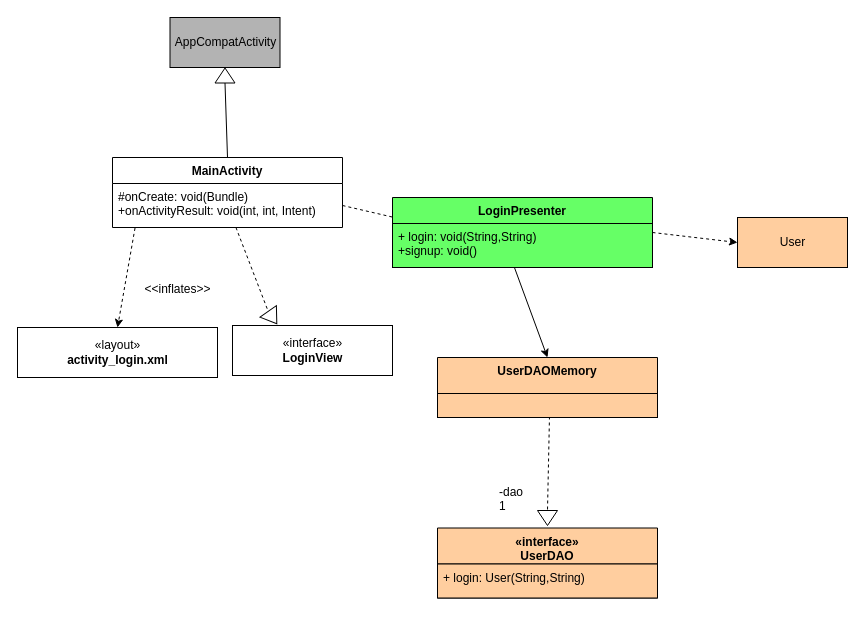
This is R4_Diagrams/Class Diagrams/LoginCD.drawio from ntinouldinho/Parking-App, a draw.io file, before an edit. Source tidied: cells renumbered, new cells numbered last; positions are measured from the earlier drawing's top-left corner, leaving out a move shared by most shapes. Both pictures are drawn from the tidied source at 100%, with x=0, y=0 at pixel (17, 17).
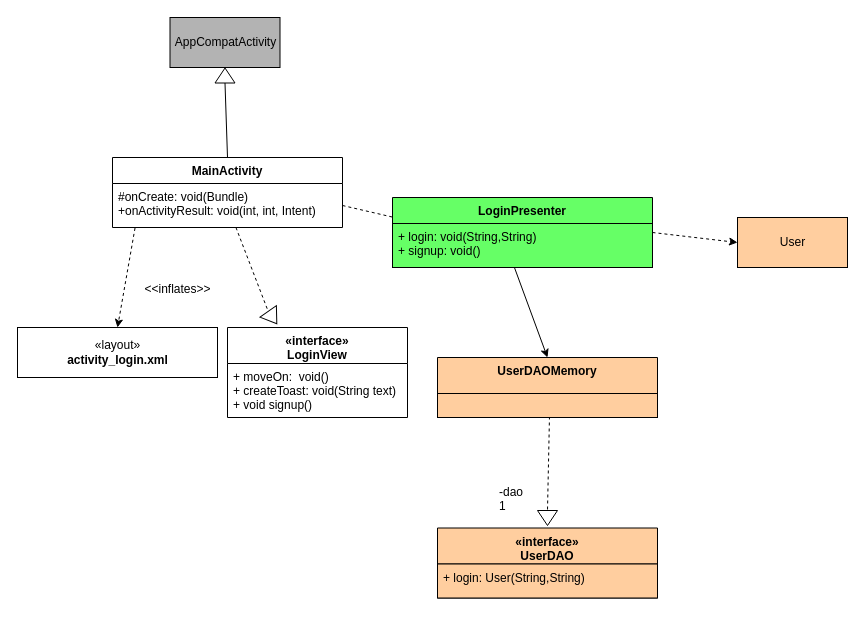
The same page after the edit.

Unchanged cells that the change refers to:
```xml
<mxCell id="20" value="LoginPresenter" style="swimlane;fontStyle=1;align=center;verticalAlign=top;horizontal=1;startSize=26;strokeColor=#000000;fillColor=#66FF66;gradientColor=none;" parent="1" vertex="1">
  <mxGeometry x="375" y="180" width="260" height="70" as="geometry" />
</mxCell>
```

What changed in the source:
```diff
@@
-    <mxCell id="9" value="«interface»&lt;br&gt;&lt;span style=&quot;font-weight: 700&quot;&gt;Login&lt;/span&gt;&lt;span style=&quot;font-weight: 700&quot;&gt;View&lt;/span&gt;" style="html=1;strokeColor=#000000;fillColor=#FFFFFF;" parent="1" vertex="1">
-      <mxGeometry x="215" y="308" width="160" height="50" as="geometry" />
-    </mxCell>
@@
-    <mxCell id="21" value="+ login: void(String,String)&#10;+signup: void()" style="text;strokeColor=#000000;fillColor=#66FF66;align=left;verticalAlign=top;spacingLeft=4;spacingRight=4;overflow=hidden;points=[[0,0.5],[1,0.5]];portConstraint=eastwest;gradientColor=none;" parent="20" vertex="1">
+    <mxCell id="21" value="+ login: void(String,String)&#10;+ signup: void()" style="text;strokeColor=#000000;fillColor=#66FF66;align=left;verticalAlign=top;spacingLeft=4;spacingRight=4;overflow=hidden;points=[[0,0.5],[1,0.5]];portConstraint=eastwest;gradientColor=none;" parent="20" vertex="1">
       <mxGeometry y="26" width="260" height="44" as="geometry" />
     </mxCell>
@@
+    <mxCell id="26" value="«interface»&#10;LoginView&#10;" style="swimlane;fontStyle=1;align=center;verticalAlign=top;horizontal=1;startSize=36;" parent="1" vertex="1">
+      <mxGeometry x="210" y="310" width="180" height="90" as="geometry" />
+    </mxCell>
+    <mxCell id="27" value="+ moveOn:  void()&#10;+ createToast: void(String text)&#10;+ void signup()&#10;&#10;" style="text;align=left;verticalAlign=top;spacingLeft=4;spacingRight=4;overflow=hidden;" parent="26" vertex="1">
+      <mxGeometry y="36" width="180" height="54" as="geometry" />
+    </mxCell>
```
